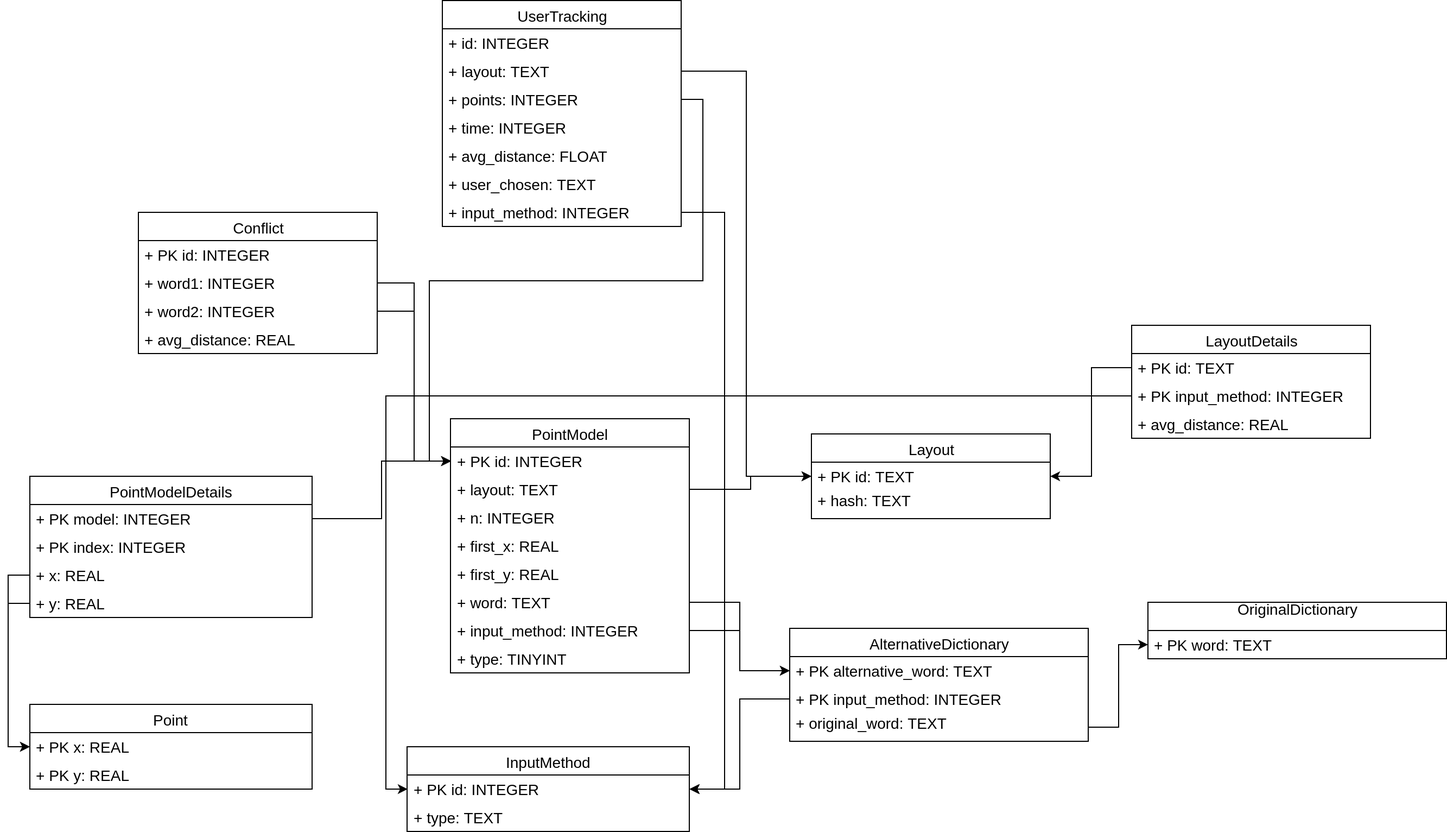
Before: serverDB.png, a diagram exported from draw.io (tienlocbui1110/Kele). Source tidied: cells renumbered, new cells last; positions are measured from the earlier drawing's top-left corner, leaving out a move shared by most shapes.
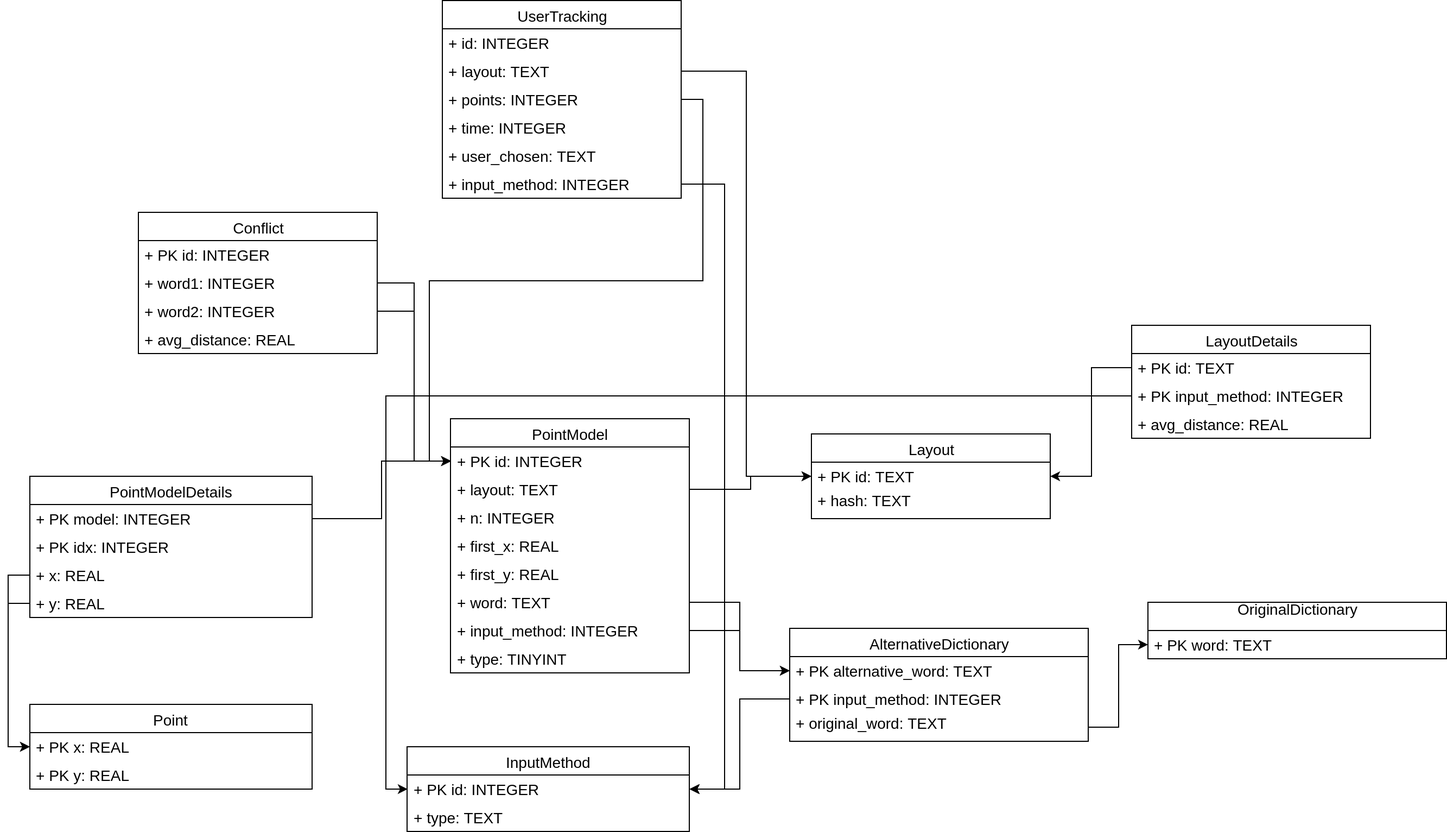
After the change.

Diff of the diagram source:
```diff
@@ -86,7 +86,7 @@
     <mxCell id="29" value="+ PK model: INTEGER" style="text;strokeColor=none;fillColor=none;align=left;verticalAlign=middle;spacingLeft=4;spacingRight=4;overflow=hidden;points=[[0,0.5],[1,0.5]];portConstraint=eastwest;fontSize=14;html=1;" parent="28" vertex="1">
       <mxGeometry y="26" width="260" height="26" as="geometry" />
     </mxCell>
-    <mxCell id="30" value="+ PK index: INTEGER" style="text;strokeColor=none;fillColor=none;align=left;verticalAlign=middle;spacingLeft=4;spacingRight=4;overflow=hidden;fontSize=14;html=1;" parent="28" vertex="1">
+    <mxCell id="30" value="+ PK idx: INTEGER" style="text;strokeColor=none;fillColor=none;align=left;verticalAlign=middle;spacingLeft=4;spacingRight=4;overflow=hidden;fontSize=14;html=1;" parent="28" vertex="1">
       <mxGeometry y="52" width="260" height="26" as="geometry" />
     </mxCell>
     <mxCell id="31" value="+ x: REAL" style="text;strokeColor=none;fillColor=none;align=left;verticalAlign=middle;spacingLeft=4;spacingRight=4;overflow=hidden;points=[[0,0.5],[1,0.5]];portConstraint=eastwest;fontSize=14;html=1;" parent="28" vertex="1">
@@ -114,7 +114,7 @@
       <mxGeometry relative="1" as="geometry" />
     </mxCell>
     <mxCell id="39" value="UserTracking&lt;br&gt;" style="swimlane;fontStyle=0;horizontal=1;startSize=26;fillColor=none;fontSize=14;verticalAlign=middle;align=center;swimlaneLine=1;whiteSpace=wrap;html=1;" parent="1" vertex="1">
-      <mxGeometry x="380" width="220" height="208" as="geometry" />
+      <mxGeometry x="380" width="220" height="182" as="geometry" />
     </mxCell>
     <mxCell id="40" value="+ id: INTEGER&lt;br&gt;" style="text;strokeColor=none;fillColor=none;align=left;verticalAlign=middle;spacingLeft=4;spacingRight=4;overflow=hidden;fontSize=14;html=1;" parent="39" vertex="1">
       <mxGeometry y="26" width="220" height="26" as="geometry" />
@@ -128,14 +128,11 @@
     <mxCell id="43" value="+ time: INTEGER&lt;br&gt;" style="text;strokeColor=none;fillColor=none;align=left;verticalAlign=middle;spacingLeft=4;spacingRight=4;overflow=hidden;fontSize=14;html=1;" parent="39" vertex="1">
       <mxGeometry y="104" width="220" height="26" as="geometry" />
     </mxCell>
-    <mxCell id="44" value="+ avg_distance: FLOAT&lt;br&gt;" style="text;strokeColor=none;fillColor=none;align=left;verticalAlign=middle;spacingLeft=4;spacingRight=4;overflow=hidden;fontSize=14;html=1;" parent="39" vertex="1">
-      <mxGeometry y="130" width="220" height="26" as="geometry" />
-    </mxCell>
     <mxCell id="45" value="+ user_chosen: TEXT&lt;br&gt;" style="text;strokeColor=none;fillColor=none;align=left;verticalAlign=middle;spacingLeft=4;spacingRight=4;overflow=hidden;fontSize=14;html=1;" parent="39" vertex="1">
-      <mxGeometry y="156" width="220" height="26" as="geometry" />
+      <mxGeometry y="130" width="220" height="26" as="geometry" />
     </mxCell>
     <mxCell id="46" value="+ input_method: INTEGER&lt;br&gt;" style="text;strokeColor=none;fillColor=none;align=left;verticalAlign=middle;spacingLeft=4;spacingRight=4;overflow=hidden;points=[[0,0.5],[1,0.5]];portConstraint=eastwest;fontSize=14;html=1;" parent="39" vertex="1">
-      <mxGeometry y="182" width="220" height="26" as="geometry" />
+      <mxGeometry y="156" width="220" height="26" as="geometry" />
     </mxCell>
     <mxCell id="47" style="edgeStyle=orthogonalEdgeStyle;rounded=0;jettySize=auto;html=1;entryX=0;entryY=0.5;entryDx=0;entryDy=0;" parent="1" edge="1" source="41" target="3">
       <mxGeometry relative="1" as="geometry" />
@@ -185,7 +182,7 @@
     <mxCell id="62" style="edgeStyle=orthogonalEdgeStyle;rounded=0;jettySize=auto;html=1;exitX=1;exitY=0.5;exitDx=0;exitDy=0;" parent="1" edge="1" source="46" target="8">
       <mxGeometry relative="1" as="geometry">
         <Array as="points">
-          <mxPoint x="640" y="195" />
+          <mxPoint x="640" y="169" />
           <mxPoint x="640" y="726" />
         </Array>
       </mxGeometry>
```
